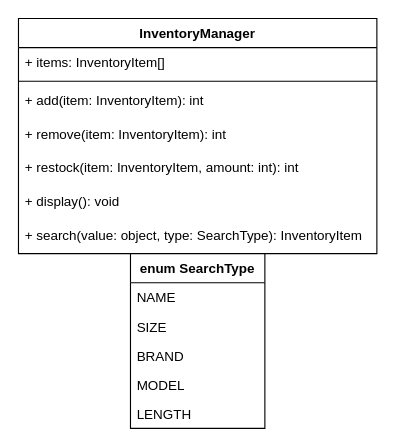
scoutchorton/cst-150 keeps this draw.io diagram as Milestone3/Milestone3.drawio. Above is the earlier version. Source tidied: cells renumbered, new cells numbered last; positions are measured from the earlier drawing's top-left corner, leaving out a move shared by most shapes. Both pictures are drawn from the tidied source at 112%, with x=0, y=0 at pixel (18, 18).
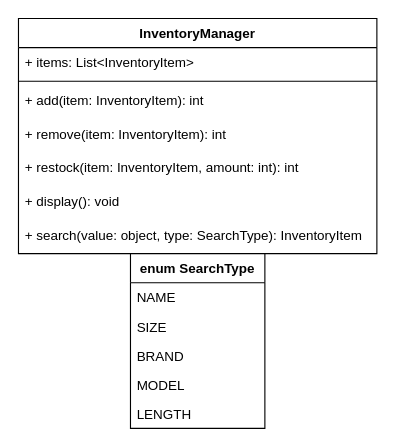
The same diagram, later.

Commit message (it also covers changes not shown here):
Updated UML diagram to be a list of inventory items not an array

What changed in the source:
```diff
@@
 <mxGraphModel>
   <root>
     <mxCell id="0" />
     <mxCell id="1" parent="0" />
     <mxCell id="2" value="InventoryManager" style="swimlane;fontStyle=1;align=center;verticalAlign=top;horizontal=1;startSize=26;" parent="1" vertex="1">
       <mxGeometry width="320" height="210" as="geometry" />
     </mxCell>
-    <mxCell id="3" value="+ items: InventoryItem[]" style="text;strokeColor=none;fillColor=none;align=left;verticalAlign=top;spacingLeft=4;spacingRight=4;overflow=hidden;" parent="2" vertex="1">
+    <mxCell id="3" value="+ items: List&lt;InventoryItem&gt;" style="text;strokeColor=none;fillColor=none;align=left;verticalAlign=top;spacingLeft=4;spacingRight=4;overflow=hidden;" parent="2" vertex="1">
       <mxGeometry y="26" width="320" height="26" as="geometry" />
     </mxCell>
     <mxCell id="4" style="line;strokeWidth=1;fillColor=none;align=left;verticalAlign=middle;spacingTop=-1;spacingLeft=3;spacingRight=3;labelPosition=right;strokeColor=inherit;" parent="2" vertex="1">
       <mxGeometry y="52" width="320" height="8" as="geometry" />
     </mxCell>
     <mxCell id="5" value="+ add(item: InventoryItem): int" style="text;strokeColor=none;fillColor=none;align=left;verticalAlign=top;spacingLeft=4;spacingRight=4;overflow=hidden;" parent="2" vertex="1">
       <mxGeometry y="60" width="320" height="30" as="geometry" />
     </mxCell>
     <mxCell id="6" value="+ remove(item: InventoryItem): int" style="text;strokeColor=none;fillColor=none;align=left;verticalAlign=top;spacingLeft=4;spacingRight=4;overflow=hidden;" parent="2" vertex="1">
       <mxGeometry y="90" width="320" height="30" as="geometry" />
     </mxCell>
     <mxCell id="7" value="+ restock(item: InventoryItem, amount: int): int" style="text;strokeColor=none;fillColor=none;align=left;verticalAlign=top;spacingLeft=4;spacingRight=4;overflow=hidden;" parent="2" vertex="1">
       <mxGeometry y="120" width="320" height="30" as="geometry" />
     </mxCell>
     <mxCell id="8" value="+ display(): void" style="text;strokeColor=none;fillColor=none;align=left;verticalAlign=top;spacingLeft=4;spacingRight=4;overflow=hidden;" parent="2" vertex="1">
       <mxGeometry y="150" width="320" height="30" as="geometry" />
     </mxCell>
     <mxCell id="9" value="+ search(value: object, type: SearchType): InventoryItem" style="text;strokeColor=none;fillColor=none;align=left;verticalAlign=top;spacingLeft=4;spacingRight=4;overflow=hidden;" parent="2" vertex="1">
       <mxGeometry y="180" width="320" height="30" as="geometry" />
     </mxCell>
     <mxCell id="10" value="enum SearchType" style="swimlane;fontStyle=1;align=center;verticalAlign=top;horizontal=1;startSize=26;" parent="1" vertex="1">
       <mxGeometry x="100" y="210" width="120" height="156" as="geometry" />
     </mxCell>
     <mxCell id="11" value="NAME" style="text;strokeColor=none;fillColor=none;align=left;verticalAlign=top;spacingLeft=4;spacingRight=4;overflow=hidden;" parent="10" vertex="1">
       <mxGeometry y="26" width="120" height="26" as="geometry" />
     </mxCell>
     <mxCell id="12" value="SIZE" style="text;strokeColor=none;fillColor=none;align=left;verticalAlign=top;spacingLeft=4;spacingRight=4;overflow=hidden;" parent="10" vertex="1">
       <mxGeometry y="52" width="120" height="26" as="geometry" />
     </mxCell>
     <mxCell id="13" value="BRAND" style="text;strokeColor=none;fillColor=none;align=left;verticalAlign=top;spacingLeft=4;spacingRight=4;overflow=hidden;" parent="10" vertex="1">
       <mxGeometry y="78" width="120" height="26" as="geometry" />
     </mxCell>
     <mxCell id="14" value="MODEL" style="text;strokeColor=none;fillColor=none;align=left;verticalAlign=top;spacingLeft=4;spacingRight=4;overflow=hidden;" parent="10" vertex="1">
       <mxGeometry y="104" width="120" height="26" as="geometry" />
     </mxCell>
     <mxCell id="15" value="LENGTH" style="text;strokeColor=none;fillColor=none;align=left;verticalAlign=top;spacingLeft=4;spacingRight=4;overflow=hidden;" parent="10" vertex="1">
       <mxGeometry y="130" width="120" height="26" as="geometry" />
     </mxCell>
   </root>
 </mxGraphModel>
```
